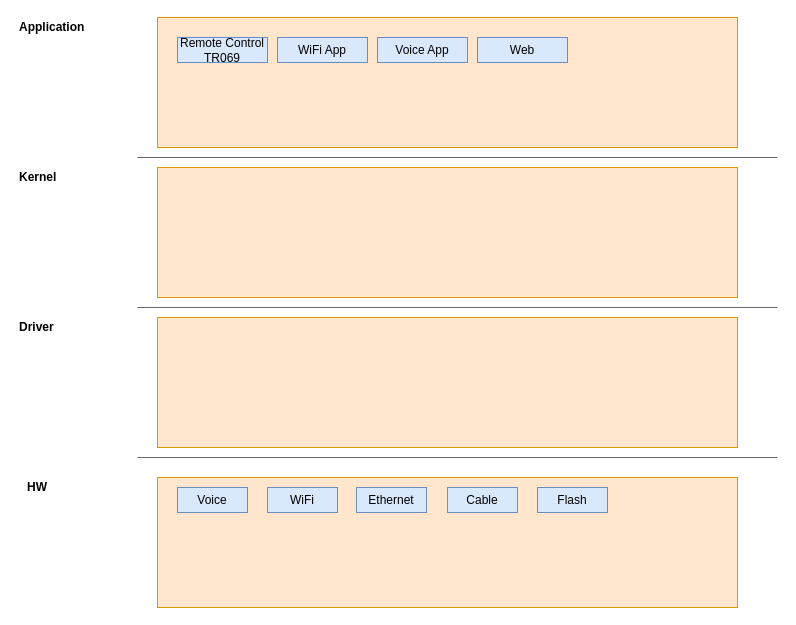
Above: page "Framework" (1 of 3) of Cable_Modem_Architecture_Sample.drawio in nelsonchung/drawio (draw.io), before the change. Source tidied: cells renumbered, new cells numbered last; positions are measured from the earlier drawing's top-left corner, leaving out a move shared by most shapes. Both pictures are drawn from the tidied source at 100%, with x=0, y=0 at pixel (17, 17).
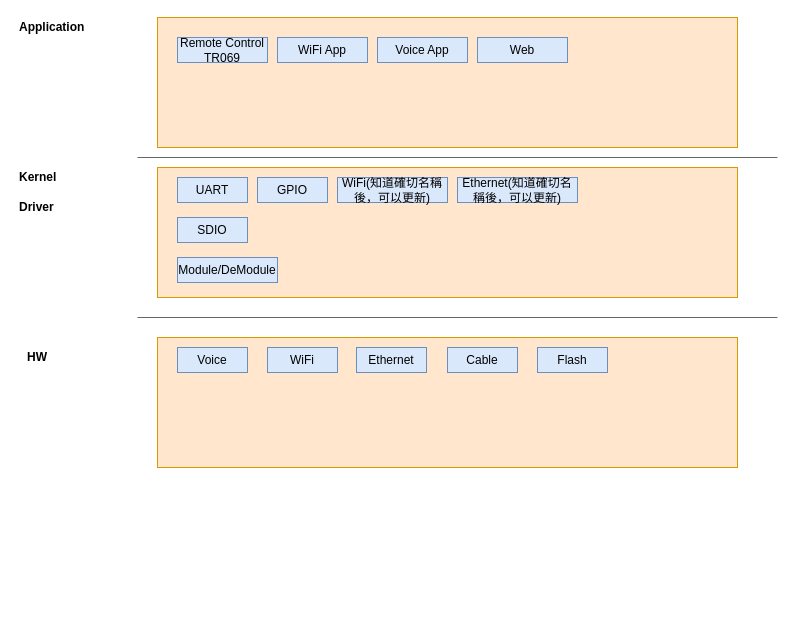
After the change.

Change to the diagram source:
```diff
@@
-    <mxCell id="2" style="rounded=0;whiteSpace=wrap;html=1;fillColor=#ffe6cc;strokeColor=#d79b00;" parent="1" vertex="1">
-      <mxGeometry x="140" y="300" width="580" height="130" as="geometry" />
-    </mxCell>
     <mxCell id="3" value="Driver" style="text;html=1;strokeColor=none;fillColor=none;align=left;verticalAlign=middle;whiteSpace=wrap;rounded=0;fontStyle=1;" parent="1" vertex="1">
-      <mxGeometry y="300" width="40" height="20" as="geometry" />
+      <mxGeometry y="180" width="40" height="20" as="geometry" />
     </mxCell>
-    <mxCell id="4" style="endArrow=none;html=1;fillColor=#f5f5f5;strokeColor=#666666;" parent="1" edge="1">
-      <mxGeometry relative="1" as="geometry">
-        <mxPoint x="120" y="290" as="sourcePoint" />
-        <mxPoint x="760" y="290" as="targetPoint" />
-      </mxGeometry>
-    </mxCell>
@@
     <mxCell id="10" style="endArrow=none;html=1;fillColor=#f5f5f5;strokeColor=#666666;" parent="1" edge="1">
       <mxGeometry relative="1" as="geometry">
-        <mxPoint x="120" y="440" as="sourcePoint" />
-        <mxPoint x="760" y="440" as="targetPoint" />
+        <mxPoint x="120" y="300" as="sourcePoint" />
+        <mxPoint x="760" y="300" as="targetPoint" />
       </mxGeometry>
     </mxCell>
@@
     <mxCell id="14" value="HW" style="text;html=1;strokeColor=none;fillColor=none;align=center;verticalAlign=middle;whiteSpace=wrap;rounded=0;fontStyle=1;" parent="1" vertex="1">
-      <mxGeometry y="460" width="40" height="20" as="geometry" />
+      <mxGeometry y="330" width="40" height="20" as="geometry" />
     </mxCell>
     <mxCell id="15" style="rounded=0;whiteSpace=wrap;html=1;fillColor=#ffe6cc;strokeColor=#d79b00;" parent="1" vertex="1">
-      <mxGeometry x="140" y="460" width="580" height="130" as="geometry" />
+      <mxGeometry x="140" y="320" width="580" height="130" as="geometry" />
     </mxCell>
     <mxCell id="16" value="Voice" style="rounded=0;whiteSpace=wrap;html=1;fillColor=#dae8fc;strokeColor=#6c8ebf;" parent="1" vertex="1">
-      <mxGeometry x="160" y="470" width="70" height="25" as="geometry" />
+      <mxGeometry x="160" y="330" width="70" height="25" as="geometry" />
     </mxCell>
     <mxCell id="17" value="WiFi" style="rounded=0;whiteSpace=wrap;html=1;fillColor=#dae8fc;strokeColor=#6c8ebf;" parent="1" vertex="1">
-      <mxGeometry x="250" y="470" width="70" height="25" as="geometry" />
+      <mxGeometry x="250" y="330" width="70" height="25" as="geometry" />
     </mxCell>
     <mxCell id="18" value="Ethernet" style="rounded=0;whiteSpace=wrap;html=1;fillColor=#dae8fc;strokeColor=#6c8ebf;" parent="1" vertex="1">
-      <mxGeometry x="339" y="470" width="70" height="25" as="geometry" />
+      <mxGeometry x="339" y="330" width="70" height="25" as="geometry" />
     </mxCell>
     <mxCell id="19" value="Cable" style="rounded=0;whiteSpace=wrap;html=1;fillColor=#dae8fc;strokeColor=#6c8ebf;" parent="1" vertex="1">
-      <mxGeometry x="430" y="470" width="70" height="25" as="geometry" />
+      <mxGeometry x="430" y="330" width="70" height="25" as="geometry" />
     </mxCell>
     <mxCell id="20" value="Flash" style="rounded=0;whiteSpace=wrap;html=1;fillColor=#dae8fc;strokeColor=#6c8ebf;" parent="1" vertex="1">
-      <mxGeometry x="520" y="470" width="70" height="25" as="geometry" />
+      <mxGeometry x="520" y="330" width="70" height="25" as="geometry" />
     </mxCell>
@@
+    <mxCell id="22" value="UART" style="rounded=0;whiteSpace=wrap;html=1;fillColor=#dae8fc;strokeColor=#6c8ebf;" parent="1" vertex="1">
+      <mxGeometry x="160" y="160" width="70" height="25" as="geometry" />
+    </mxCell>
+    <mxCell id="23" value="GPIO" style="rounded=0;whiteSpace=wrap;html=1;fillColor=#dae8fc;strokeColor=#6c8ebf;" parent="1" vertex="1">
+      <mxGeometry x="240" y="160" width="70" height="25" as="geometry" />
+    </mxCell>
+    <mxCell id="24" value="WiFi(知道確切名稱後，可以更新)" style="rounded=0;whiteSpace=wrap;html=1;fillColor=#dae8fc;strokeColor=#6c8ebf;" parent="1" vertex="1">
+      <mxGeometry x="320" y="160" width="110" height="25" as="geometry" />
+    </mxCell>
+    <mxCell id="25" value="Ethernet(知道確切名稱後，可以更新)" style="rounded=0;whiteSpace=wrap;html=1;fillColor=#dae8fc;strokeColor=#6c8ebf;" parent="1" vertex="1">
+      <mxGeometry x="440" y="160" width="120" height="25" as="geometry" />
+    </mxCell>
+    <mxCell id="26" value="Module/DeModule" style="rounded=0;whiteSpace=wrap;html=1;fillColor=#dae8fc;strokeColor=#6c8ebf;" parent="1" vertex="1">
+      <mxGeometry x="160" y="240" width="100" height="25" as="geometry" />
+    </mxCell>
+    <mxCell id="27" value="SDIO" style="rounded=0;whiteSpace=wrap;html=1;fillColor=#dae8fc;strokeColor=#6c8ebf;" parent="1" vertex="1">
+      <mxGeometry x="160" y="200" width="70" height="25" as="geometry" />
+    </mxCell>
```
